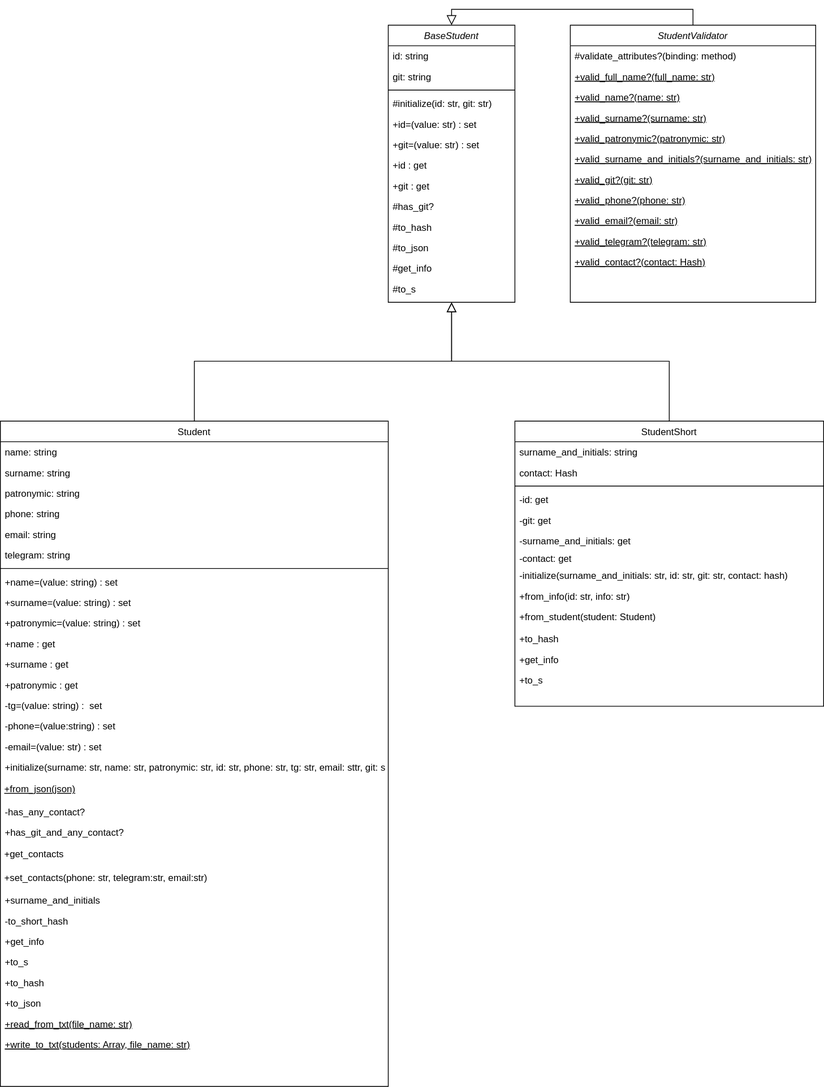
Earlier version of the draw.io export Students/Ruby_Student.svg (NikosSgo/Ruby-Design-Patterns). Source tidied: cells renumbered, new cells last; positions are measured from the earlier drawing's top-left corner, leaving out a move shared by most shapes. Source of this version:
```xml
<mxGraphModel>
  <root>
    <mxCell id="0" />
    <mxCell id="1" parent="0" />
    <mxCell id="2" value="BaseStudent" style="swimlane;fontStyle=2;align=center;verticalAlign=top;horizontal=1;startSize=26;rounded=0;shadow=0;strokeWidth=1;" parent="1" vertex="1">
      <mxGeometry x="490" width="160" height="350" as="geometry" />
    </mxCell>
    <mxCell id="3" value="id: string " style="text;align=left;verticalAlign=top;spacingLeft=4;spacingRight=4;overflow=hidden;rounded=0;shadow=0;html=0;" parent="2" vertex="1">
      <mxGeometry y="26" width="160" height="26" as="geometry" />
    </mxCell>
    <mxCell id="4" value="git: string&#10; " style="text;align=left;verticalAlign=top;spacingLeft=4;spacingRight=4;overflow=hidden;rounded=0;shadow=0;html=0;" parent="2" vertex="1">
      <mxGeometry y="52" width="160" height="26" as="geometry" />
    </mxCell>
    <mxCell id="5" style="line;html=1;strokeWidth=1;align=left;verticalAlign=middle;spacingTop=-1;spacingLeft=3;spacingRight=3;labelPosition=right;" parent="2" vertex="1">
      <mxGeometry y="78" width="160" height="8" as="geometry" />
    </mxCell>
    <mxCell id="6" value="#initialize(id: str, git: str)" style="text;align=left;verticalAlign=top;spacingLeft=4;spacingRight=4;overflow=hidden;" parent="2" vertex="1">
      <mxGeometry y="86" width="160" height="26" as="geometry" />
    </mxCell>
    <mxCell id="7" value="+id=(value: str) : set" style="text;align=left;verticalAlign=top;spacingLeft=4;spacingRight=4;overflow=hidden;" parent="2" vertex="1">
      <mxGeometry y="112" width="160" height="26" as="geometry" />
    </mxCell>
    <mxCell id="8" value="+git=(value: str) : set" style="text;align=left;verticalAlign=top;spacingLeft=4;spacingRight=4;overflow=hidden;" parent="2" vertex="1">
      <mxGeometry y="138" width="160" height="26" as="geometry" />
    </mxCell>
    <mxCell id="9" value="+id : get" style="text;align=left;verticalAlign=top;spacingLeft=4;spacingRight=4;overflow=hidden;" parent="2" vertex="1">
      <mxGeometry y="164" width="160" height="26" as="geometry" />
    </mxCell>
    <mxCell id="10" value="+git : get" style="text;align=left;verticalAlign=top;spacingLeft=4;spacingRight=4;overflow=hidden;" parent="2" vertex="1">
      <mxGeometry y="190" width="160" height="26" as="geometry" />
    </mxCell>
    <mxCell id="11" value="#has_git?" style="text;align=left;verticalAlign=top;spacingLeft=4;spacingRight=4;overflow=hidden;" parent="2" vertex="1">
      <mxGeometry y="216" width="160" height="26" as="geometry" />
    </mxCell>
    <mxCell id="12" value="#to_hash" style="text;align=left;verticalAlign=top;spacingLeft=4;spacingRight=4;overflow=hidden;" parent="2" vertex="1">
      <mxGeometry y="242" width="160" height="26" as="geometry" />
    </mxCell>
    <mxCell id="13" value="#to_json" style="text;align=left;verticalAlign=top;spacingLeft=4;spacingRight=4;overflow=hidden;" parent="2" vertex="1">
      <mxGeometry y="268" width="160" height="26" as="geometry" />
    </mxCell>
    <mxCell id="14" value="#get_info" style="text;align=left;verticalAlign=top;spacingLeft=4;spacingRight=4;overflow=hidden;" parent="2" vertex="1">
      <mxGeometry y="294" width="160" height="26" as="geometry" />
    </mxCell>
    <mxCell id="15" value="#to_s" style="text;align=left;verticalAlign=top;spacingLeft=4;spacingRight=4;overflow=hidden;" parent="2" vertex="1">
      <mxGeometry y="320" width="160" height="26" as="geometry" />
    </mxCell>
    <mxCell id="16" value="Student" style="swimlane;fontStyle=0;align=center;verticalAlign=top;horizontal=1;startSize=26;rounded=0;shadow=0;strokeWidth=1;" parent="1" vertex="1">
      <mxGeometry y="500" width="490" height="840" as="geometry" />
    </mxCell>
    <mxCell id="17" value="name: string" style="text;align=left;verticalAlign=top;spacingLeft=4;spacingRight=4;overflow=hidden;" parent="16" vertex="1">
      <mxGeometry y="26" width="490" height="26" as="geometry" />
    </mxCell>
    <mxCell id="18" value="surname: string" style="text;align=left;verticalAlign=top;spacingLeft=4;spacingRight=4;overflow=hidden;rounded=0;shadow=0;html=0;" parent="16" vertex="1">
      <mxGeometry y="52" width="490" height="26" as="geometry" />
    </mxCell>
    <mxCell id="19" value="patronymic: string" style="text;align=left;verticalAlign=top;spacingLeft=4;spacingRight=4;overflow=hidden;rounded=0;shadow=0;html=0;" parent="16" vertex="1">
      <mxGeometry y="78" width="490" height="26" as="geometry" />
    </mxCell>
    <mxCell id="20" value="phone: string" style="text;align=left;verticalAlign=top;spacingLeft=4;spacingRight=4;overflow=hidden;rounded=0;shadow=0;html=0;" parent="16" vertex="1">
      <mxGeometry y="104" width="490" height="26" as="geometry" />
    </mxCell>
    <mxCell id="21" value="email: string" style="text;align=left;verticalAlign=top;spacingLeft=4;spacingRight=4;overflow=hidden;rounded=0;shadow=0;html=0;" parent="16" vertex="1">
      <mxGeometry y="130" width="490" height="26" as="geometry" />
    </mxCell>
    <mxCell id="22" value="telegram: string" style="text;align=left;verticalAlign=top;spacingLeft=4;spacingRight=4;overflow=hidden;rounded=0;shadow=0;html=0;" parent="16" vertex="1">
      <mxGeometry y="156" width="490" height="26" as="geometry" />
    </mxCell>
    <mxCell id="23" style="line;html=1;strokeWidth=1;align=left;verticalAlign=middle;spacingTop=-1;spacingLeft=3;spacingRight=3;labelPosition=right;" parent="16" vertex="1">
      <mxGeometry y="182" width="490" height="8" as="geometry" />
    </mxCell>
    <mxCell id="24" value="+name=(value: string) : set" style="text;align=left;verticalAlign=top;spacingLeft=4;spacingRight=4;overflow=hidden;" parent="16" vertex="1">
      <mxGeometry y="190" width="490" height="26" as="geometry" />
    </mxCell>
    <mxCell id="25" value="+surname=(value: string) : set" style="text;align=left;verticalAlign=top;spacingLeft=4;spacingRight=4;overflow=hidden;" parent="16" vertex="1">
      <mxGeometry y="216" width="490" height="26" as="geometry" />
    </mxCell>
    <mxCell id="26" value="+patronymic=(value: string) : set" style="text;align=left;verticalAlign=top;spacingLeft=4;spacingRight=4;overflow=hidden;" parent="16" vertex="1">
      <mxGeometry y="242" width="490" height="26" as="geometry" />
    </mxCell>
    <mxCell id="27" value="+name : get" style="text;align=left;verticalAlign=top;spacingLeft=4;spacingRight=4;overflow=hidden;" parent="16" vertex="1">
      <mxGeometry y="268" width="490" height="26" as="geometry" />
    </mxCell>
    <mxCell id="28" value="+surname : get" style="text;align=left;verticalAlign=top;spacingLeft=4;spacingRight=4;overflow=hidden;" parent="16" vertex="1">
      <mxGeometry y="294" width="490" height="26" as="geometry" />
    </mxCell>
    <mxCell id="29" value="+patronymic : get" style="text;align=left;verticalAlign=top;spacingLeft=4;spacingRight=4;overflow=hidden;" parent="16" vertex="1">
      <mxGeometry y="320" width="490" height="26" as="geometry" />
    </mxCell>
    <mxCell id="30" value="-tg=(value: string) :  set" style="text;align=left;verticalAlign=top;spacingLeft=4;spacingRight=4;overflow=hidden;" parent="16" vertex="1">
      <mxGeometry y="346" width="490" height="26" as="geometry" />
    </mxCell>
    <mxCell id="31" value="-phone=(value:string) : set" style="text;align=left;verticalAlign=top;spacingLeft=4;spacingRight=4;overflow=hidden;" parent="16" vertex="1">
      <mxGeometry y="372" width="490" height="26" as="geometry" />
    </mxCell>
    <mxCell id="32" value="-email=(value: str) : set" style="text;align=left;verticalAlign=top;spacingLeft=4;spacingRight=4;overflow=hidden;" parent="16" vertex="1">
      <mxGeometry y="398" width="490" height="26" as="geometry" />
    </mxCell>
    <mxCell id="33" value="+initialize(surname: str, name: str, patronymic: str, id: str, phone: str, tg: str, email: sttr, git: str)" style="text;align=left;verticalAlign=top;spacingLeft=4;spacingRight=4;overflow=hidden;" parent="16" vertex="1">
      <mxGeometry y="424" width="490" height="26" as="geometry" />
    </mxCell>
    <mxCell id="34" value="&amp;nbsp;&lt;u&gt;+from_json(json)&lt;/u&gt;" style="text;html=1;align=left;verticalAlign=middle;whiteSpace=wrap;rounded=0;" parent="16" vertex="1">
      <mxGeometry y="450" width="490" height="30" as="geometry" />
    </mxCell>
    <mxCell id="35" value="-has_any_contact?" style="text;align=left;verticalAlign=top;spacingLeft=4;spacingRight=4;overflow=hidden;fontStyle=0;" parent="16" vertex="1">
      <mxGeometry y="480" width="490" height="26" as="geometry" />
    </mxCell>
    <mxCell id="36" value="+has_git_and_any_contact?" style="text;align=left;verticalAlign=top;spacingLeft=4;spacingRight=4;overflow=hidden;fontStyle=0;" parent="16" vertex="1">
      <mxGeometry y="506" width="490" height="26" as="geometry" />
    </mxCell>
    <mxCell id="37" value="&amp;nbsp;+get_contacts" style="text;html=1;align=left;verticalAlign=middle;whiteSpace=wrap;rounded=0;" parent="16" vertex="1">
      <mxGeometry y="532" width="490" height="30" as="geometry" />
    </mxCell>
    <mxCell id="38" value="&amp;nbsp;+set_contacts(phone: str, telegram:str, email:str)" style="text;html=1;align=left;verticalAlign=middle;whiteSpace=wrap;rounded=0;" parent="16" vertex="1">
      <mxGeometry y="562" width="490" height="30" as="geometry" />
    </mxCell>
    <mxCell id="39" value="+surname_and_initials" style="text;align=left;verticalAlign=top;spacingLeft=4;spacingRight=4;overflow=hidden;fontStyle=0;" parent="16" vertex="1">
      <mxGeometry y="592" width="490" height="26" as="geometry" />
    </mxCell>
    <mxCell id="40" value="-to_short_hash" style="text;align=left;verticalAlign=top;spacingLeft=4;spacingRight=4;overflow=hidden;fontStyle=0;" parent="16" vertex="1">
      <mxGeometry y="618" width="490" height="26" as="geometry" />
    </mxCell>
    <mxCell id="41" value="+get_info" style="text;align=left;verticalAlign=top;spacingLeft=4;spacingRight=4;overflow=hidden;fontStyle=0;" parent="16" vertex="1">
      <mxGeometry y="644" width="490" height="26" as="geometry" />
    </mxCell>
    <mxCell id="42" value="+to_s" style="text;align=left;verticalAlign=top;spacingLeft=4;spacingRight=4;overflow=hidden;" parent="16" vertex="1">
      <mxGeometry y="670" width="490" height="26" as="geometry" />
    </mxCell>
    <mxCell id="43" value="+to_hash" style="text;align=left;verticalAlign=top;spacingLeft=4;spacingRight=4;overflow=hidden;" parent="16" vertex="1">
      <mxGeometry y="696" width="490" height="26" as="geometry" />
    </mxCell>
    <mxCell id="44" value="+to_json" style="text;align=left;verticalAlign=top;spacingLeft=4;spacingRight=4;overflow=hidden;" parent="16" vertex="1">
      <mxGeometry y="722" width="490" height="26" as="geometry" />
    </mxCell>
    <mxCell id="45" value="+read_from_txt(file_name: str)" style="text;align=left;verticalAlign=top;spacingLeft=4;spacingRight=4;overflow=hidden;fontStyle=4;" parent="16" vertex="1">
      <mxGeometry y="748" width="490" height="26" as="geometry" />
    </mxCell>
    <mxCell id="46" value="+write_to_txt(students: Array, file_name: str)" style="text;align=left;verticalAlign=top;spacingLeft=4;spacingRight=4;overflow=hidden;fontStyle=4;" parent="16" vertex="1">
      <mxGeometry y="774" width="490" height="26" as="geometry" />
    </mxCell>
    <mxCell id="47" style="endArrow=block;endSize=10;endFill=0;shadow=0;strokeWidth=1;rounded=0;edgeStyle=elbowEdgeStyle;elbow=vertical;" parent="1" edge="1" source="16" target="2">
      <mxGeometry relative="1" as="geometry" />
    </mxCell>
    <mxCell id="48" style="endArrow=block;endSize=10;endFill=0;shadow=0;strokeWidth=1;rounded=0;edgeStyle=elbowEdgeStyle;elbow=vertical;exitX=0.5;exitY=0;exitDx=0;exitDy=0;" parent="1" edge="1" source="49" target="2">
      <mxGeometry relative="1" as="geometry" />
    </mxCell>
    <mxCell id="49" value="StudentShort" style="swimlane;fontStyle=0;align=center;verticalAlign=top;horizontal=1;startSize=26;rounded=0;shadow=0;strokeWidth=1;" parent="1" vertex="1">
      <mxGeometry x="650" y="500" width="390" height="360" as="geometry" />
    </mxCell>
    <mxCell id="50" value="surname_and_initials: string" style="text;align=left;verticalAlign=top;spacingLeft=4;spacingRight=4;overflow=hidden;" parent="49" vertex="1">
      <mxGeometry y="26" width="390" height="26" as="geometry" />
    </mxCell>
    <mxCell id="51" value="contact: Hash" style="text;align=left;verticalAlign=top;spacingLeft=4;spacingRight=4;overflow=hidden;" parent="49" vertex="1">
      <mxGeometry y="52" width="390" height="26" as="geometry" />
    </mxCell>
    <mxCell id="52" style="line;html=1;strokeWidth=1;align=left;verticalAlign=middle;spacingTop=-1;spacingLeft=3;spacingRight=3;labelPosition=right;" parent="49" vertex="1">
      <mxGeometry y="78" width="390" height="8" as="geometry" />
    </mxCell>
    <mxCell id="53" value="-id: get" style="text;align=left;verticalAlign=top;spacingLeft=4;spacingRight=4;overflow=hidden;" parent="49" vertex="1">
      <mxGeometry y="86" width="390" height="26" as="geometry" />
    </mxCell>
    <mxCell id="54" value="-git: get" style="text;align=left;verticalAlign=top;spacingLeft=4;spacingRight=4;overflow=hidden;" parent="49" vertex="1">
      <mxGeometry y="112" width="390" height="26" as="geometry" />
    </mxCell>
    <mxCell id="55" value="-surname_and_initials: get" style="text;align=left;verticalAlign=top;spacingLeft=4;spacingRight=4;overflow=hidden;" parent="49" vertex="1">
      <mxGeometry y="138" width="390" height="22" as="geometry" />
    </mxCell>
    <mxCell id="56" value="-contact: get" style="text;align=left;verticalAlign=top;spacingLeft=4;spacingRight=4;overflow=hidden;" parent="49" vertex="1">
      <mxGeometry y="160" width="390" height="22" as="geometry" />
    </mxCell>
    <mxCell id="57" value="-initialize(surname_and_initials: str, id: str, git: str, contact: hash)" style="text;align=left;verticalAlign=top;spacingLeft=4;spacingRight=4;overflow=hidden;" parent="49" vertex="1">
      <mxGeometry y="182" width="390" height="26" as="geometry" />
    </mxCell>
    <mxCell id="58" value="+from_info(id: str, info: str)" style="text;align=left;verticalAlign=top;spacingLeft=4;spacingRight=4;overflow=hidden;" parent="49" vertex="1">
      <mxGeometry y="208" width="390" height="26" as="geometry" />
    </mxCell>
    <mxCell id="59" value="+from_student(student: Student)" style="text;align=left;verticalAlign=top;spacingLeft=4;spacingRight=4;overflow=hidden;" parent="49" vertex="1">
      <mxGeometry y="234" width="390" height="28" as="geometry" />
    </mxCell>
    <mxCell id="60" value="+to_hash" style="text;align=left;verticalAlign=top;spacingLeft=4;spacingRight=4;overflow=hidden;" parent="49" vertex="1">
      <mxGeometry y="262" width="390" height="26" as="geometry" />
    </mxCell>
    <mxCell id="61" value="+get_info" style="text;align=left;verticalAlign=top;spacingLeft=4;spacingRight=4;overflow=hidden;" parent="49" vertex="1">
      <mxGeometry y="288" width="390" height="26" as="geometry" />
    </mxCell>
    <mxCell id="62" value="+to_s" style="text;align=left;verticalAlign=top;spacingLeft=4;spacingRight=4;overflow=hidden;" parent="49" vertex="1">
      <mxGeometry y="314" width="390" height="22" as="geometry" />
    </mxCell>
    <mxCell id="63" style="edgeStyle=orthogonalEdgeStyle;rounded=0;jettySize=auto;html=1;entryX=0.5;entryY=0;entryDx=0;entryDy=0;exitX=0.5;exitY=0;exitDx=0;exitDy=0;endArrow=block;endFill=0;endSize=10;" parent="1" edge="1" source="64" target="2">
      <mxGeometry relative="1" as="geometry" />
    </mxCell>
    <mxCell id="64" value="StudentValidator" style="swimlane;fontStyle=2;align=center;verticalAlign=top;horizontal=1;startSize=26;rounded=0;shadow=0;strokeWidth=1;" parent="1" vertex="1">
      <mxGeometry x="720" width="310" height="350" as="geometry" />
    </mxCell>
    <mxCell id="65" value="#validate_attributes?(binding: method)" style="text;align=left;verticalAlign=top;spacingLeft=4;spacingRight=4;overflow=hidden;fontStyle=0;" parent="64" vertex="1">
      <mxGeometry y="26" width="310" height="26" as="geometry" />
    </mxCell>
    <mxCell id="66" value="+valid_full_name?(full_name: str)" style="text;align=left;verticalAlign=top;spacingLeft=4;spacingRight=4;overflow=hidden;fontStyle=4;" parent="64" vertex="1">
      <mxGeometry y="52" width="310" height="26" as="geometry" />
    </mxCell>
    <mxCell id="67" value="+valid_name?(name: str)" style="text;align=left;verticalAlign=top;spacingLeft=4;spacingRight=4;overflow=hidden;fontStyle=4;" parent="64" vertex="1">
      <mxGeometry y="78" width="310" height="26" as="geometry" />
    </mxCell>
    <mxCell id="68" value="+valid_surname?(surname: str)" style="text;align=left;verticalAlign=top;spacingLeft=4;spacingRight=4;overflow=hidden;fontStyle=4;" parent="64" vertex="1">
      <mxGeometry y="104" width="310" height="26" as="geometry" />
    </mxCell>
    <mxCell id="69" value="+valid_patronymic?(patronymic: str)" style="text;align=left;verticalAlign=top;spacingLeft=4;spacingRight=4;overflow=hidden;fontStyle=4;" parent="64" vertex="1">
      <mxGeometry y="130" width="310" height="26" as="geometry" />
    </mxCell>
    <mxCell id="70" value="+valid_surname_and_initials?(surname_and_initials: str)" style="text;align=left;verticalAlign=top;spacingLeft=4;spacingRight=4;overflow=hidden;fontStyle=4;" parent="64" vertex="1">
      <mxGeometry y="156" width="310" height="26" as="geometry" />
    </mxCell>
    <mxCell id="71" value="+valid_git?(git: str)" style="text;align=left;verticalAlign=top;spacingLeft=4;spacingRight=4;overflow=hidden;fontStyle=4;" parent="64" vertex="1">
      <mxGeometry y="182" width="310" height="26" as="geometry" />
    </mxCell>
    <mxCell id="72" value="+valid_phone?(phone: str)" style="text;align=left;verticalAlign=top;spacingLeft=4;spacingRight=4;overflow=hidden;fontStyle=4;" parent="64" vertex="1">
      <mxGeometry y="208" width="310" height="26" as="geometry" />
    </mxCell>
    <mxCell id="73" value="+valid_email?(email: str)" style="text;align=left;verticalAlign=top;spacingLeft=4;spacingRight=4;overflow=hidden;fontStyle=4;" parent="64" vertex="1">
      <mxGeometry y="234" width="310" height="26" as="geometry" />
    </mxCell>
    <mxCell id="74" value="+valid_telegram?(telegram: str)" style="text;align=left;verticalAlign=top;spacingLeft=4;spacingRight=4;overflow=hidden;fontStyle=4;" parent="64" vertex="1">
      <mxGeometry y="260" width="310" height="26" as="geometry" />
    </mxCell>
    <mxCell id="75" value="+valid_contact?(contact: Hash)" style="text;align=left;verticalAlign=top;spacingLeft=4;spacingRight=4;overflow=hidden;fontStyle=4;" parent="64" vertex="1">
      <mxGeometry y="286" width="310" height="26" as="geometry" />
    </mxCell>
  </root>
</mxGraphModel>
```
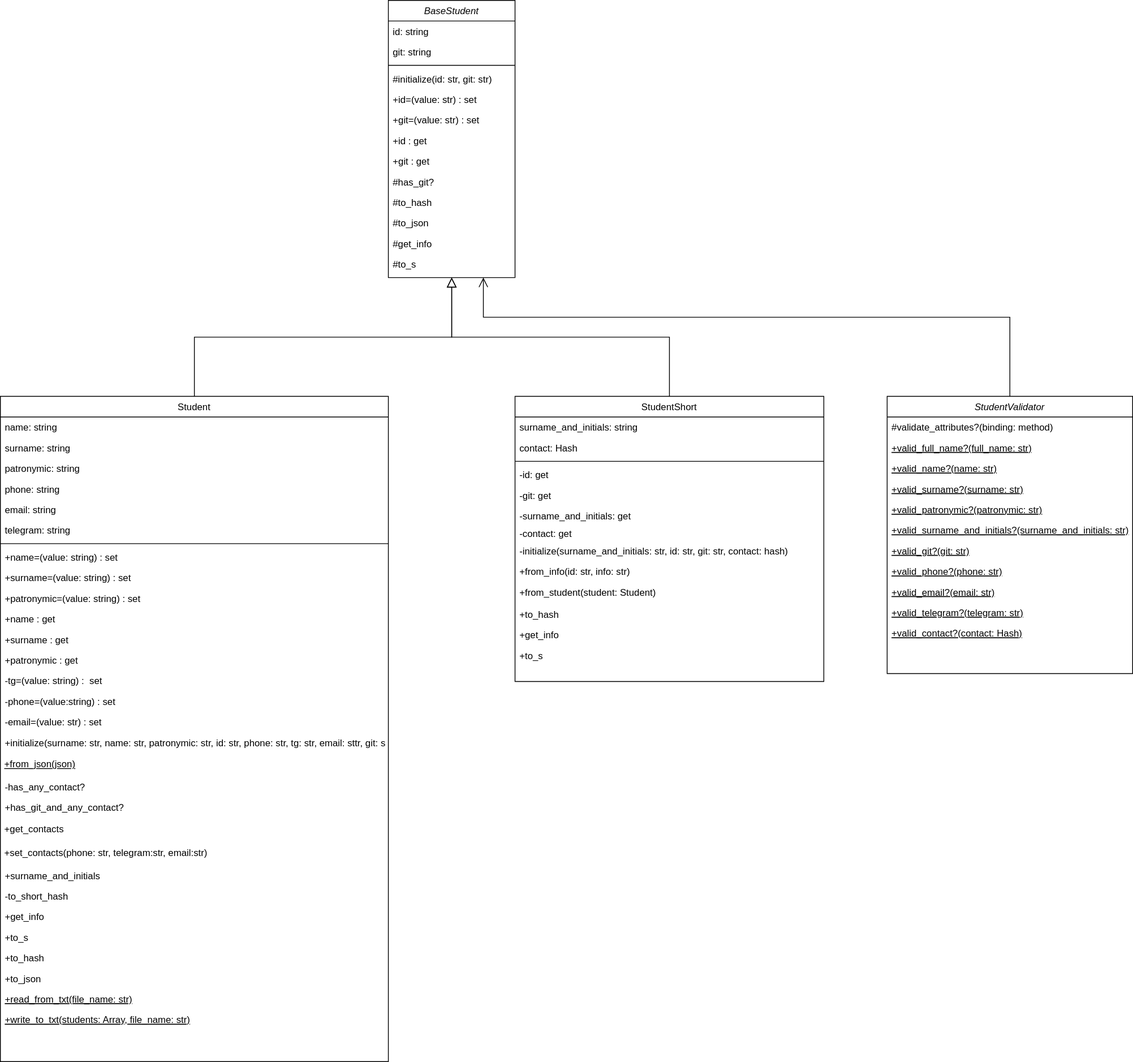
Later version of the same file.

Commit message:
Refactoring Class diagram and somet methods in classes

Diff of the diagram source:
```diff
@@ -185,11 +185,16 @@
     <mxCell id="62" value="+to_s" style="text;align=left;verticalAlign=top;spacingLeft=4;spacingRight=4;overflow=hidden;" parent="49" vertex="1">
       <mxGeometry y="314" width="390" height="22" as="geometry" />
     </mxCell>
-    <mxCell id="63" style="edgeStyle=orthogonalEdgeStyle;rounded=0;jettySize=auto;html=1;entryX=0.5;entryY=0;entryDx=0;entryDy=0;exitX=0.5;exitY=0;exitDx=0;exitDy=0;endArrow=block;endFill=0;endSize=10;" parent="1" edge="1" source="64" target="2">
-      <mxGeometry relative="1" as="geometry" />
+    <mxCell id="63" style="edgeStyle=orthogonalEdgeStyle;rounded=0;jettySize=auto;html=1;endArrow=open;endFill=0;endSize=10;entryX=0.75;entryY=1;entryDx=0;entryDy=0;exitX=0.5;exitY=0;exitDx=0;exitDy=0;" parent="1" edge="1" source="64" target="2">
+      <mxGeometry relative="1" as="geometry">
+        <Array as="points">
+          <mxPoint x="1275" y="400" />
+          <mxPoint x="610" y="400" />
+        </Array>
+      </mxGeometry>
     </mxCell>
     <mxCell id="64" value="StudentValidator" style="swimlane;fontStyle=2;align=center;verticalAlign=top;horizontal=1;startSize=26;rounded=0;shadow=0;strokeWidth=1;" parent="1" vertex="1">
-      <mxGeometry x="720" width="310" height="350" as="geometry" />
+      <mxGeometry x="1120" y="500" width="310" height="350" as="geometry" />
     </mxCell>
     <mxCell id="65" value="#validate_attributes?(binding: method)" style="text;align=left;verticalAlign=top;spacingLeft=4;spacingRight=4;overflow=hidden;fontStyle=0;" parent="64" vertex="1">
       <mxGeometry y="26" width="310" height="26" as="geometry" />
```
